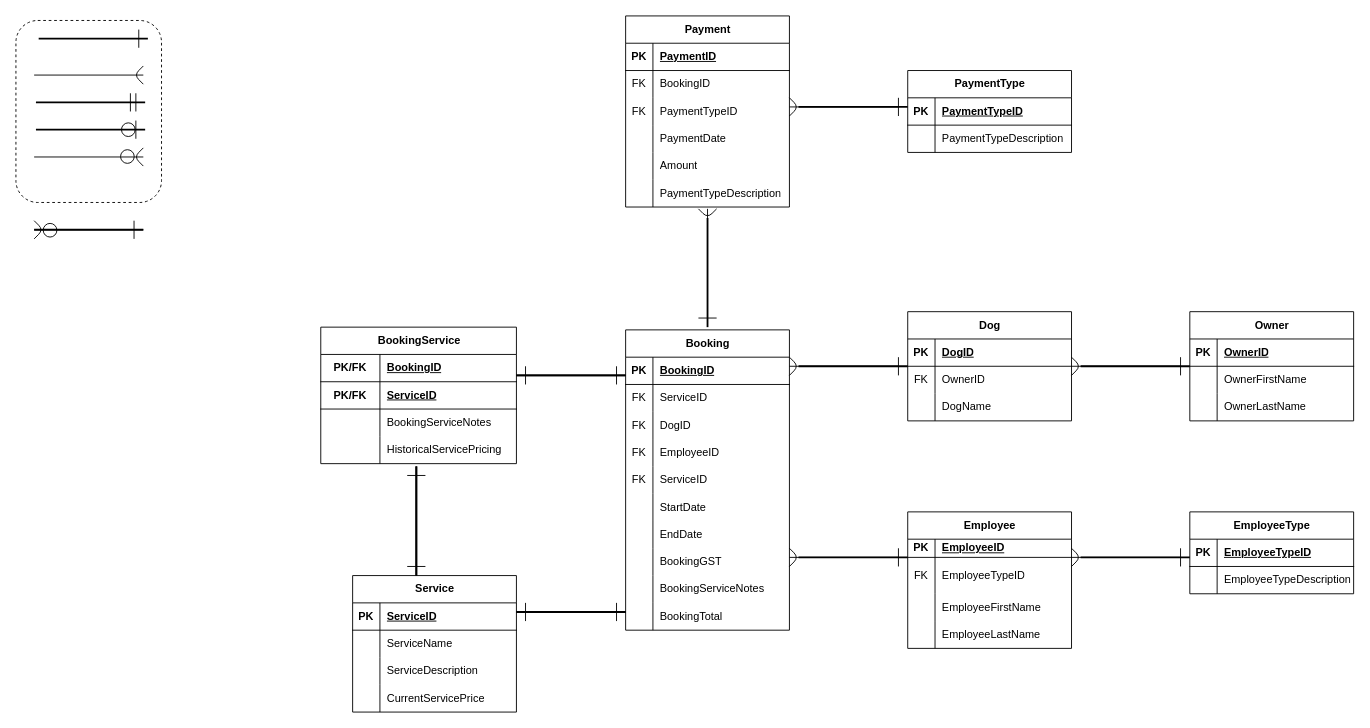
The draw.io diagram Assignment 1 - DUE OCT 2/Assignment1_James_Jaffray/Merged_ERDs.drawio in James-Jaffray/Database_Fundamentals_in_Class, before the edit. Source tidied: cells renumbered, new cells numbered last; positions are measured from the earlier drawing's top-left corner, leaving out a move shared by most shapes. Both pictures are drawn from the tidied source at 91%, with x=0, y=0 at pixel (15, 15).
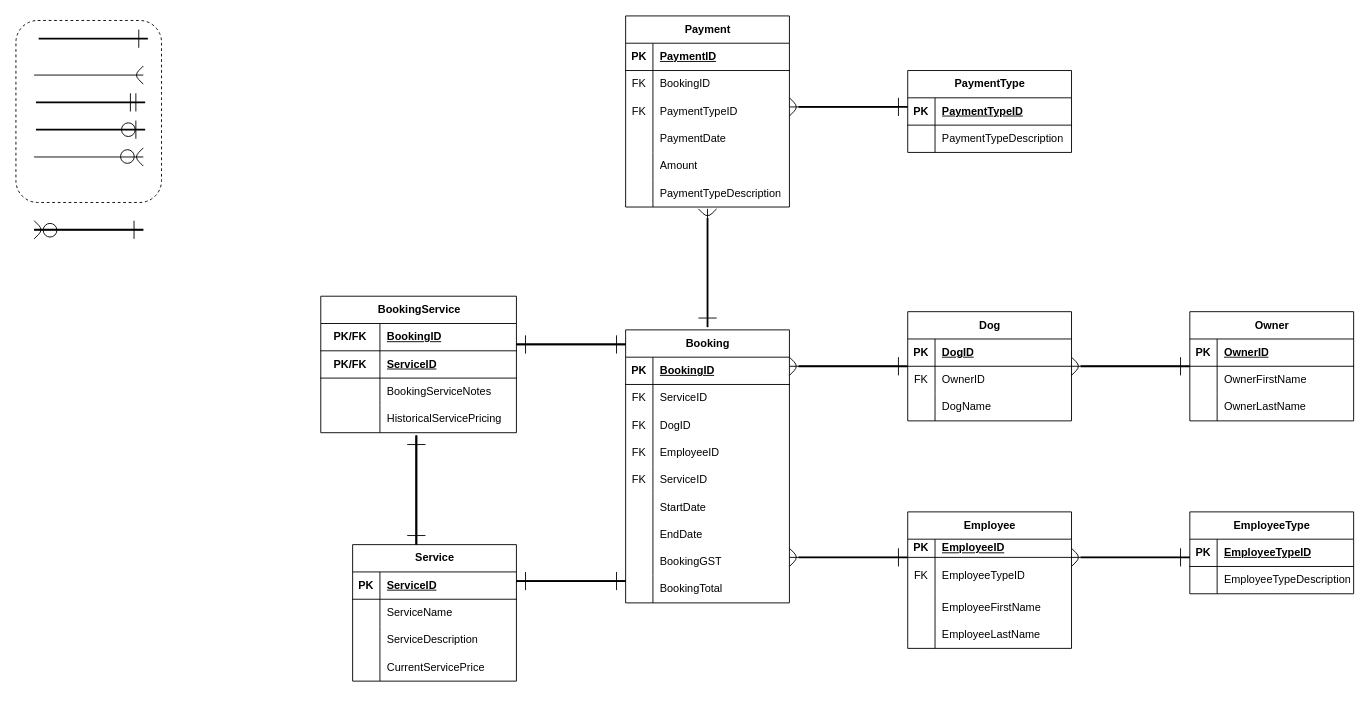
The same page after the edit.

The change refers to these unchanged cells:
```xml
<mxCell id="171" style="group;rotation=-180;" parent="1" vertex="1">
  <mxGeometry x="550" y="385" width="130" height="20" as="geometry" />
</mxCell>
```

Change to the diagram source:
```diff
@@
     <mxCell id="2" value="Booking" style="shape=table;startSize=30;childLayout=tableLayout;rowLines=0;fontStyle=1;align=center;html=1;" parent="1" vertex="1">
-      <mxGeometry x="670" y="345" width="180" height="330" as="geometry" />
+      <mxGeometry x="670" y="345" width="180" height="300" as="geometry" />
     </mxCell>
@@
-    <mxCell id="27" style="shape=tableRow;horizontal=0;startSize=0;swimlaneHead=0;swimlaneBody=0;fillColor=none;top=0;left=0;right=0;bottom=0;" parent="2" vertex="1">
-      <mxGeometry y="270" width="180" height="30" as="geometry" />
-    </mxCell>
-    <mxCell id="28" style="shape=partialRectangle;fillColor=none;top=0;left=0;bottom=0;right=0;overflow=hidden;whiteSpace=wrap;html=1;" parent="27" vertex="1">
-      <mxGeometry width="30" height="30" as="geometry" />
-    </mxCell>
-    <mxCell id="29" value="BookingServiceNotes" style="shape=partialRectangle;fillColor=none;top=0;left=0;bottom=0;right=0;align=left;spacingLeft=6;overflow=hidden;whiteSpace=wrap;html=1;" parent="27" vertex="1">
-      <mxGeometry x="30" width="150" height="30" as="geometry" />
-    </mxCell>
     <mxCell id="30" style="shape=tableRow;horizontal=0;startSize=0;swimlaneHead=0;swimlaneBody=0;fillColor=none;top=0;left=0;right=0;bottom=0;" parent="2" vertex="1">
-      <mxGeometry y="300" width="180" height="30" as="geometry" />
+      <mxGeometry y="270" width="180" height="30" as="geometry" />
     </mxCell>
@@
     <mxCell id="89" value="Service" style="shape=table;startSize=30;childLayout=tableLayout;rowLines=0;fontStyle=1;align=center;html=1;" parent="1" vertex="1">
-      <mxGeometry x="370" y="615" width="180" height="150" as="geometry" />
+      <mxGeometry x="370" y="581" width="180" height="150" as="geometry" />
     </mxCell>
@@
     <mxCell id="102" value="BookingService" style="shape=table;startSize=30;childLayout=tableLayout;rowLines=0;fontStyle=1;align=center;html=1;" parent="1" vertex="1">
-      <mxGeometry x="335" y="342" width="215" height="150" as="geometry" />
+      <mxGeometry x="335" y="308" width="215" height="150" as="geometry" />
     </mxCell>
@@
     <mxCell id="167" style="group;rotation=0;" parent="1" vertex="1">
-      <mxGeometry x="540" y="385" width="130" height="20" as="geometry" />
+      <mxGeometry x="540" y="351" width="130" height="20" as="geometry" />
     </mxCell>
@@
     <mxCell id="172" style="group;rotation=-180;" parent="171" vertex="1">
-      <mxGeometry width="120" height="20" as="geometry" />
+      <mxGeometry y="-34" width="120" height="20" as="geometry" />
     </mxCell>
@@
     <mxCell id="175" style="group;rotation=0;" parent="1" vertex="1">
-      <mxGeometry x="550" y="645" width="120" height="20" as="geometry" />
+      <mxGeometry x="550" y="611" width="120" height="20" as="geometry" />
     </mxCell>
@@
     <mxCell id="178" style="group;rotation=-180;" parent="1" vertex="1">
-      <mxGeometry x="550" y="645" width="120" height="20" as="geometry" />
+      <mxGeometry x="550" y="611" width="120" height="20" as="geometry" />
     </mxCell>
@@
     <mxCell id="181" style="group;rotation=-90;" parent="1" vertex="1">
-      <mxGeometry x="380" y="545" width="120" height="20" as="geometry" />
+      <mxGeometry x="380" y="511" width="120" height="20" as="geometry" />
     </mxCell>
```
